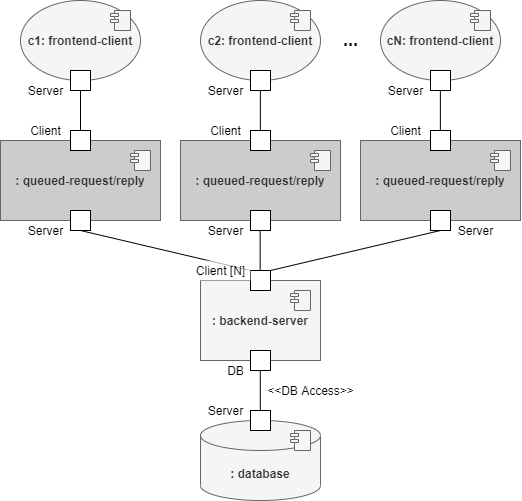
Earlier version of the draw.io export documentation/pictures/C&C View.png (dmmnjaws/ASoft-2020-2021-quizzes-tutor-arquitecture-documentation). Source tidied: cells renumbered, new cells last; positions are measured from the earlier drawing's top-left corner, leaving out a move shared by most shapes.
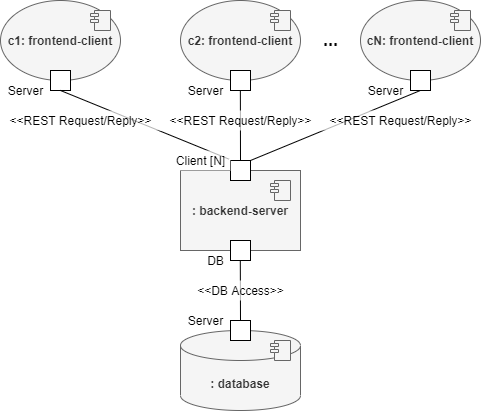
Later version of the same file.

Commit message:
altered the C&C View based on the discussion with the professor

The edit, as a diff of the source:
```diff
@@ -3,167 +3,103 @@
     <mxCell id="0" />
     <mxCell id="1" parent="0" />
     <mxCell id="2" value="c1: frontend-client" style="ellipse;whiteSpace=wrap;html=1;fillColor=#f5f5f5;strokeColor=#666666;fontColor=#333333;fontStyle=1;" parent="1" vertex="1">
-      <mxGeometry x="20" width="120" height="80" as="geometry" />
+      <mxGeometry x="-75" y="-150" width="120" height="80" as="geometry" />
     </mxCell>
     <mxCell id="3" style="whiteSpace=wrap;html=1;" parent="1" vertex="1">
-      <mxGeometry x="70" y="70" width="20" height="20" as="geometry" />
+      <mxGeometry x="-25" y="-80" width="20" height="20" as="geometry" />
     </mxCell>
     <mxCell id="4" style="shape=module;align=left;spacingLeft=20;align=center;verticalAlign=top;jettyWidth=8;jettyHeight=3;fillColor=#f5f5f5;strokeColor=#666666;fontColor=#333333;" parent="1" vertex="1">
-      <mxGeometry x="110" y="10" width="20" height="20" as="geometry" />
+      <mxGeometry x="15" y="-140" width="20" height="20" as="geometry" />
     </mxCell>
     <mxCell id="5" value="c2: frontend-client" style="ellipse;whiteSpace=wrap;html=1;fillColor=#f5f5f5;strokeColor=#666666;fontColor=#333333;fontStyle=1;" parent="1" vertex="1">
-      <mxGeometry x="200" width="120" height="80" as="geometry" />
+      <mxGeometry x="105" y="-150" width="120" height="80" as="geometry" />
     </mxCell>
     <mxCell id="6" style="whiteSpace=wrap;html=1;" parent="1" vertex="1">
-      <mxGeometry x="250" y="70" width="20" height="20" as="geometry" />
+      <mxGeometry x="155" y="-80" width="20" height="20" as="geometry" />
     </mxCell>
     <mxCell id="7" style="shape=module;align=left;spacingLeft=20;align=center;verticalAlign=top;jettyWidth=8;jettyHeight=3;fillColor=#f5f5f5;strokeColor=#666666;fontColor=#333333;" parent="1" vertex="1">
-      <mxGeometry x="290" y="10" width="20" height="20" as="geometry" />
+      <mxGeometry x="195" y="-140" width="20" height="20" as="geometry" />
     </mxCell>
     <mxCell id="8" value="cN: frontend-client" style="ellipse;whiteSpace=wrap;html=1;fillColor=#f5f5f5;strokeColor=#666666;fontColor=#333333;fontStyle=1;" parent="1" vertex="1">
-      <mxGeometry x="380" width="120" height="80" as="geometry" />
+      <mxGeometry x="285" y="-150" width="120" height="80" as="geometry" />
     </mxCell>
     <mxCell id="9" style="whiteSpace=wrap;html=1;" parent="1" vertex="1">
-      <mxGeometry x="430" y="70" width="20" height="20" as="geometry" />
+      <mxGeometry x="335" y="-80" width="20" height="20" as="geometry" />
     </mxCell>
     <mxCell id="10" style="shape=module;align=left;spacingLeft=20;align=center;verticalAlign=top;jettyWidth=8;jettyHeight=3;fillColor=#f5f5f5;strokeColor=#666666;fontColor=#333333;" parent="1" vertex="1">
-      <mxGeometry x="470" y="10" width="20" height="20" as="geometry" />
+      <mxGeometry x="375" y="-140" width="20" height="20" as="geometry" />
     </mxCell>
     <mxCell id="11" value=": backend-server" style="rounded=0;whiteSpace=wrap;html=1;fillColor=#f5f5f5;strokeColor=#666666;fontColor=#333333;fontStyle=1;" parent="1" vertex="1">
-      <mxGeometry x="200" y="280" width="120" height="80" as="geometry" />
+      <mxGeometry x="105" y="20" width="120" height="80" as="geometry" />
     </mxCell>
     <mxCell id="12" style="shape=module;align=left;spacingLeft=20;align=center;verticalAlign=top;jettyWidth=8;jettyHeight=3;fillColor=#f5f5f5;strokeColor=#666666;fontColor=#333333;" parent="1" vertex="1">
-      <mxGeometry x="290" y="290" width="20" height="20" as="geometry" />
+      <mxGeometry x="195" y="30" width="20" height="20" as="geometry" />
     </mxCell>
     <mxCell id="13" style="whiteSpace=wrap;html=1;" parent="1" vertex="1">
-      <mxGeometry x="250" y="270" width="20" height="20" as="geometry" />
+      <mxGeometry x="155" y="10" width="20" height="20" as="geometry" />
     </mxCell>
     <mxCell id="14" style="whiteSpace=wrap;html=1;" parent="1" vertex="1">
-      <mxGeometry x="250" y="350" width="20" height="20" as="geometry" />
+      <mxGeometry x="155" y="90" width="20" height="20" as="geometry" />
     </mxCell>
-    <mxCell id="15" value=": queued-request/reply" style="rounded=0;whiteSpace=wrap;html=1;strokeColor=#666666;fontColor=#333333;fontStyle=1;fillColor=#CCCCCC;" parent="1" vertex="1">
-      <mxGeometry x="360" y="140" width="160" height="80" as="geometry" />
+    <mxCell id="15" value="&lt;b&gt;&lt;font style=&quot;font-size: 18px&quot;&gt;...&lt;/font&gt;&lt;/b&gt;" style="text;html=1;align=center;verticalAlign=middle;" parent="1" vertex="1">
+      <mxGeometry x="240" y="-120" width="30" height="20" as="geometry" />
     </mxCell>
-    <mxCell id="16" style="shape=module;align=left;spacingLeft=20;align=center;verticalAlign=top;jettyWidth=8;jettyHeight=3;fillColor=#f5f5f5;strokeColor=#666666;fontColor=#333333;" parent="1" vertex="1">
-      <mxGeometry x="490" y="150" width="20" height="20" as="geometry" />
+    <mxCell id="16" style="endArrow=none;html=1;entryX=0.5;entryY=1;entryDx=0;entryDy=0;exitX=-0.079;exitY=-0.069;exitDx=0;exitDy=0;exitPerimeter=0;" parent="1" edge="1" source="13" target="3">
+      <mxGeometry relative="1" as="geometry" />
     </mxCell>
-    <mxCell id="17" style="whiteSpace=wrap;html=1;" parent="1" vertex="1">
-      <mxGeometry x="430" y="130" width="20" height="20" as="geometry" />
+    <mxCell id="17" style="endArrow=none;html=1;exitX=0.5;exitY=0;exitDx=0;exitDy=0;entryX=0.5;entryY=1;entryDx=0;entryDy=0;" parent="1" edge="1" source="13">
+      <mxGeometry relative="1" as="geometry">
+        <mxPoint x="164.9" y="-60" as="targetPoint" />
+      </mxGeometry>
     </mxCell>
-    <mxCell id="18" style="whiteSpace=wrap;html=1;" parent="1" vertex="1">
-      <mxGeometry x="430" y="210" width="20" height="20" as="geometry" />
+    <mxCell id="18" style="endArrow=none;html=1;exitX=1;exitY=0;exitDx=0;exitDy=0;entryX=0.5;entryY=1;entryDx=0;entryDy=0;" parent="1" edge="1" source="13">
+      <mxGeometry relative="1" as="geometry">
+        <mxPoint x="344.9" y="-60" as="targetPoint" />
+      </mxGeometry>
     </mxCell>
-    <mxCell id="19" value=": queued-request/reply" style="rounded=0;whiteSpace=wrap;html=1;strokeColor=#666666;fontColor=#333333;fontStyle=1;fillColor=#CCCCCC;" parent="1" vertex="1">
-      <mxGeometry x="180" y="140" width="160" height="80" as="geometry" />
+    <mxCell id="19" value=": database" style="shape=cylinder3;whiteSpace=wrap;html=1;boundedLbl=1;backgroundOutline=1;size=15;fillColor=#f5f5f5;strokeColor=#666666;fontColor=#333333;fontStyle=1;" parent="1" vertex="1">
+      <mxGeometry x="105" y="180" width="120" height="80" as="geometry" />
     </mxCell>
     <mxCell id="20" style="shape=module;align=left;spacingLeft=20;align=center;verticalAlign=top;jettyWidth=8;jettyHeight=3;fillColor=#f5f5f5;strokeColor=#666666;fontColor=#333333;" parent="1" vertex="1">
-      <mxGeometry x="310" y="150" width="20" height="20" as="geometry" />
+      <mxGeometry x="195" y="190" width="20" height="20" as="geometry" />
     </mxCell>
     <mxCell id="21" style="whiteSpace=wrap;html=1;" parent="1" vertex="1">
-      <mxGeometry x="250" y="130" width="20" height="20" as="geometry" />
+      <mxGeometry x="155" y="170" width="20" height="20" as="geometry" />
     </mxCell>
-    <mxCell id="22" style="whiteSpace=wrap;html=1;" parent="1" vertex="1">
-      <mxGeometry x="250" y="210" width="20" height="20" as="geometry" />
+    <mxCell id="22" style="endArrow=none;html=1;exitX=0.5;exitY=0;exitDx=0;exitDy=0;entryX=0.5;entryY=1;entryDx=0;entryDy=0;" parent="1" edge="1" source="21">
+      <mxGeometry relative="1" as="geometry">
+        <mxPoint x="164.8" y="110" as="targetPoint" />
+      </mxGeometry>
     </mxCell>
-    <mxCell id="23" value=": queued-request/reply" style="rounded=0;whiteSpace=wrap;html=1;strokeColor=#666666;fontColor=#333333;fontStyle=1;fillColor=#CCCCCC;" parent="1" vertex="1">
-      <mxGeometry y="140" width="160" height="80" as="geometry" />
+    <mxCell id="23" value="Server" style="text;html=1;align=center;verticalAlign=middle;" parent="1" vertex="1">
+      <mxGeometry x="-75" y="-70" width="50" height="20" as="geometry" />
     </mxCell>
-    <mxCell id="24" style="shape=module;align=left;spacingLeft=20;align=center;verticalAlign=top;jettyWidth=8;jettyHeight=3;fillColor=#f5f5f5;strokeColor=#666666;fontColor=#333333;" parent="1" vertex="1">
-      <mxGeometry x="130" y="150" width="20" height="20" as="geometry" />
+    <mxCell id="24" value="Server" style="text;html=1;align=center;verticalAlign=middle;" parent="1" vertex="1">
+      <mxGeometry x="105" y="-70" width="50" height="20" as="geometry" />
     </mxCell>
-    <mxCell id="25" style="whiteSpace=wrap;html=1;" parent="1" vertex="1">
-      <mxGeometry x="70" y="130" width="20" height="20" as="geometry" />
+    <mxCell id="25" value="Server" style="text;html=1;align=center;verticalAlign=middle;points=[];" parent="1" vertex="1">
+      <mxGeometry x="285" y="-70" width="50" height="20" as="geometry" />
     </mxCell>
-    <mxCell id="26" style="whiteSpace=wrap;html=1;" parent="1" vertex="1">
-      <mxGeometry x="70" y="210" width="20" height="20" as="geometry" />
+    <mxCell id="26" value="Client [N]" style="text;html=1;align=center;verticalAlign=middle;points=[];fillColor=#ffffff;opacity=70;" parent="1" vertex="1">
+      <mxGeometry x="95" width="60" height="20" as="geometry" />
     </mxCell>
-    <mxCell id="27" value="&lt;b&gt;&lt;font style=&quot;font-size: 18px&quot;&gt;...&lt;/font&gt;&lt;/b&gt;" style="text;html=1;align=center;verticalAlign=middle;" parent="1" vertex="1">
-      <mxGeometry x="335" y="30" width="30" height="20" as="geometry" />
+    <mxCell id="27" value="DB" style="text;html=1;align=center;verticalAlign=middle;" parent="1" vertex="1">
+      <mxGeometry x="125" y="100" width="30" height="20" as="geometry" />
     </mxCell>
-    <mxCell id="28" style="endArrow=none;html=1;exitX=0.5;exitY=0;exitDx=0;exitDy=0;entryX=0.5;entryY=1;entryDx=0;entryDy=0;" parent="1" edge="1" source="25" target="3">
-      <mxGeometry relative="1" as="geometry" />
+    <mxCell id="28" value="Server" style="text;html=1;align=center;verticalAlign=middle;" parent="1" vertex="1">
+      <mxGeometry x="105" y="160" width="50" height="20" as="geometry" />
     </mxCell>
-    <mxCell id="29" style="endArrow=none;html=1;exitX=0.5;exitY=0;exitDx=0;exitDy=0;entryX=0.5;entryY=1;entryDx=0;entryDy=0;" parent="1" edge="1">
-      <mxGeometry relative="1" as="geometry">
-        <mxPoint x="259.9" y="130" as="sourcePoint" />
-        <mxPoint x="259.9" y="90" as="targetPoint" />
-      </mxGeometry>
+    <mxCell id="29" value="&amp;lt;&amp;lt;DB Access&amp;gt;&amp;gt;" style="text;html=1;align=center;verticalAlign=middle;fillColor=#ffffff;opacity=70;" parent="1" vertex="1">
+      <mxGeometry x="115" y="130" width="100" height="20" as="geometry" />
     </mxCell>
-    <mxCell id="30" style="endArrow=none;html=1;exitX=0.5;exitY=0;exitDx=0;exitDy=0;entryX=0.5;entryY=1;entryDx=0;entryDy=0;" parent="1" edge="1">
-      <mxGeometry relative="1" as="geometry">
-        <mxPoint x="439.9" y="130" as="sourcePoint" />
-        <mxPoint x="439.9" y="90" as="targetPoint" />
-      </mxGeometry>
+    <mxCell id="30" value="&amp;lt;&amp;lt;REST Request/Reply&amp;gt;&amp;gt;" style="text;html=1;align=center;verticalAlign=middle;fillColor=#ffffff;opacity=70;" parent="1" vertex="1">
+      <mxGeometry x="85" y="-40" width="160" height="20" as="geometry" />
     </mxCell>
-    <mxCell id="31" style="endArrow=none;html=1;exitX=0.5;exitY=0;exitDx=0;exitDy=0;entryX=0.5;entryY=1;entryDx=0;entryDy=0;" parent="1" edge="1">
-      <mxGeometry relative="1" as="geometry">
-        <mxPoint x="259.7" y="270" as="sourcePoint" />
-        <mxPoint x="259.7" y="230" as="targetPoint" />
-      </mxGeometry>
+    <mxCell id="31" value="&amp;lt;&amp;lt;REST Request/Reply&amp;gt;&amp;gt;" style="text;html=1;align=center;verticalAlign=middle;fillColor=#ffffff;opacity=70;" parent="1" vertex="1">
+      <mxGeometry x="-75" y="-40" width="160" height="20" as="geometry" />
     </mxCell>
-    <mxCell id="32" style="endArrow=none;html=1;exitX=0.5;exitY=0;exitDx=0;exitDy=0;entryX=0.5;entryY=1;entryDx=0;entryDy=0;" parent="1" edge="1" target="18">
-      <mxGeometry relative="1" as="geometry">
-        <mxPoint x="270" y="270" as="sourcePoint" />
-      </mxGeometry>
+    <mxCell id="32" value="&amp;lt;&amp;lt;REST Request/Reply&amp;gt;&amp;gt;" style="text;html=1;align=center;verticalAlign=middle;fillColor=#ffffff;opacity=70;" parent="1" vertex="1">
+      <mxGeometry x="245" y="-40" width="160" height="20" as="geometry" />
     </mxCell>
-    <mxCell id="33" style="endArrow=none;html=1;exitX=0.5;exitY=0;exitDx=0;exitDy=0;entryX=0.5;entryY=1;entryDx=0;entryDy=0;" parent="1" edge="1" target="26">
-      <mxGeometry relative="1" as="geometry">
-        <mxPoint x="250" y="270" as="sourcePoint" />
-      </mxGeometry>
-    </mxCell>
-    <mxCell id="34" value=": database" style="shape=cylinder3;whiteSpace=wrap;html=1;boundedLbl=1;backgroundOutline=1;size=15;fillColor=#f5f5f5;strokeColor=#666666;fontColor=#333333;fontStyle=1;" parent="1" vertex="1">
-      <mxGeometry x="200" y="420" width="120" height="80" as="geometry" />
-    </mxCell>
-    <mxCell id="35" style="shape=module;align=left;spacingLeft=20;align=center;verticalAlign=top;jettyWidth=8;jettyHeight=3;fillColor=#f5f5f5;strokeColor=#666666;fontColor=#333333;" parent="1" vertex="1">
-      <mxGeometry x="290" y="430" width="20" height="20" as="geometry" />
-    </mxCell>
-    <mxCell id="36" style="whiteSpace=wrap;html=1;" parent="1" vertex="1">
-      <mxGeometry x="250" y="410" width="20" height="20" as="geometry" />
-    </mxCell>
-    <mxCell id="37" style="endArrow=none;html=1;exitX=0.5;exitY=0;exitDx=0;exitDy=0;entryX=0.5;entryY=1;entryDx=0;entryDy=0;" parent="1" edge="1">
-      <mxGeometry relative="1" as="geometry">
-        <mxPoint x="259.8" y="410" as="sourcePoint" />
-        <mxPoint x="259.8" y="370" as="targetPoint" />
-      </mxGeometry>
-    </mxCell>
-    <mxCell id="38" value="Server" style="text;html=1;align=center;verticalAlign=middle;" parent="1" vertex="1">
-      <mxGeometry x="20" y="80" width="50" height="20" as="geometry" />
-    </mxCell>
-    <mxCell id="39" value="Server" style="text;html=1;align=center;verticalAlign=middle;" parent="1" vertex="1">
-      <mxGeometry x="200" y="80" width="50" height="20" as="geometry" />
-    </mxCell>
-    <mxCell id="40" value="Server" style="text;html=1;align=center;verticalAlign=middle;" parent="1" vertex="1">
-      <mxGeometry x="380" y="80" width="50" height="20" as="geometry" />
-    </mxCell>
-    <mxCell id="41" value="Client" style="text;html=1;align=center;verticalAlign=middle;" parent="1" vertex="1">
-      <mxGeometry x="20" y="120" width="50" height="20" as="geometry" />
-    </mxCell>
-    <mxCell id="42" value="Client" style="text;html=1;align=center;verticalAlign=middle;" parent="1" vertex="1">
-      <mxGeometry x="200" y="120" width="50" height="20" as="geometry" />
-    </mxCell>
-    <mxCell id="43" value="Client" style="text;html=1;align=center;verticalAlign=middle;" parent="1" vertex="1">
-      <mxGeometry x="380" y="120" width="50" height="20" as="geometry" />
-    </mxCell>
-    <mxCell id="44" value="Server" style="text;html=1;align=center;verticalAlign=middle;" parent="1" vertex="1">
-      <mxGeometry x="20" y="220" width="50" height="20" as="geometry" />
-    </mxCell>
-    <mxCell id="45" value="Server" style="text;html=1;align=center;verticalAlign=middle;" parent="1" vertex="1">
-      <mxGeometry x="200" y="220" width="50" height="20" as="geometry" />
-    </mxCell>
-    <mxCell id="46" value="Server" style="text;html=1;align=center;verticalAlign=middle;" parent="1" vertex="1">
-      <mxGeometry x="450" y="220" width="50" height="20" as="geometry" />
-    </mxCell>
-    <mxCell id="47" value="Client [N]" style="text;html=1;align=center;verticalAlign=middle;fillColor=#ffffff;opacity=70;" parent="1" vertex="1">
-      <mxGeometry x="190" y="260" width="60" height="20" as="geometry" />
-    </mxCell>
-    <mxCell id="48" value="DB" style="text;html=1;align=center;verticalAlign=middle;" parent="1" vertex="1">
-      <mxGeometry x="220" y="360" width="30" height="20" as="geometry" />
-    </mxCell>
-    <mxCell id="49" value="Server" style="text;html=1;align=center;verticalAlign=middle;" parent="1" vertex="1">
-      <mxGeometry x="200" y="400" width="50" height="20" as="geometry" />
-    </mxCell>
-    <mxCell id="50" value="&amp;lt;&amp;lt;DB Access&amp;gt;&amp;gt;" style="text;html=1;align=center;verticalAlign=middle;" parent="1" vertex="1">
-      <mxGeometry x="260" y="380" width="100" height="20" as="geometry" />
-    </mxCell>
   </root>
 </mxGraphModel>
```
